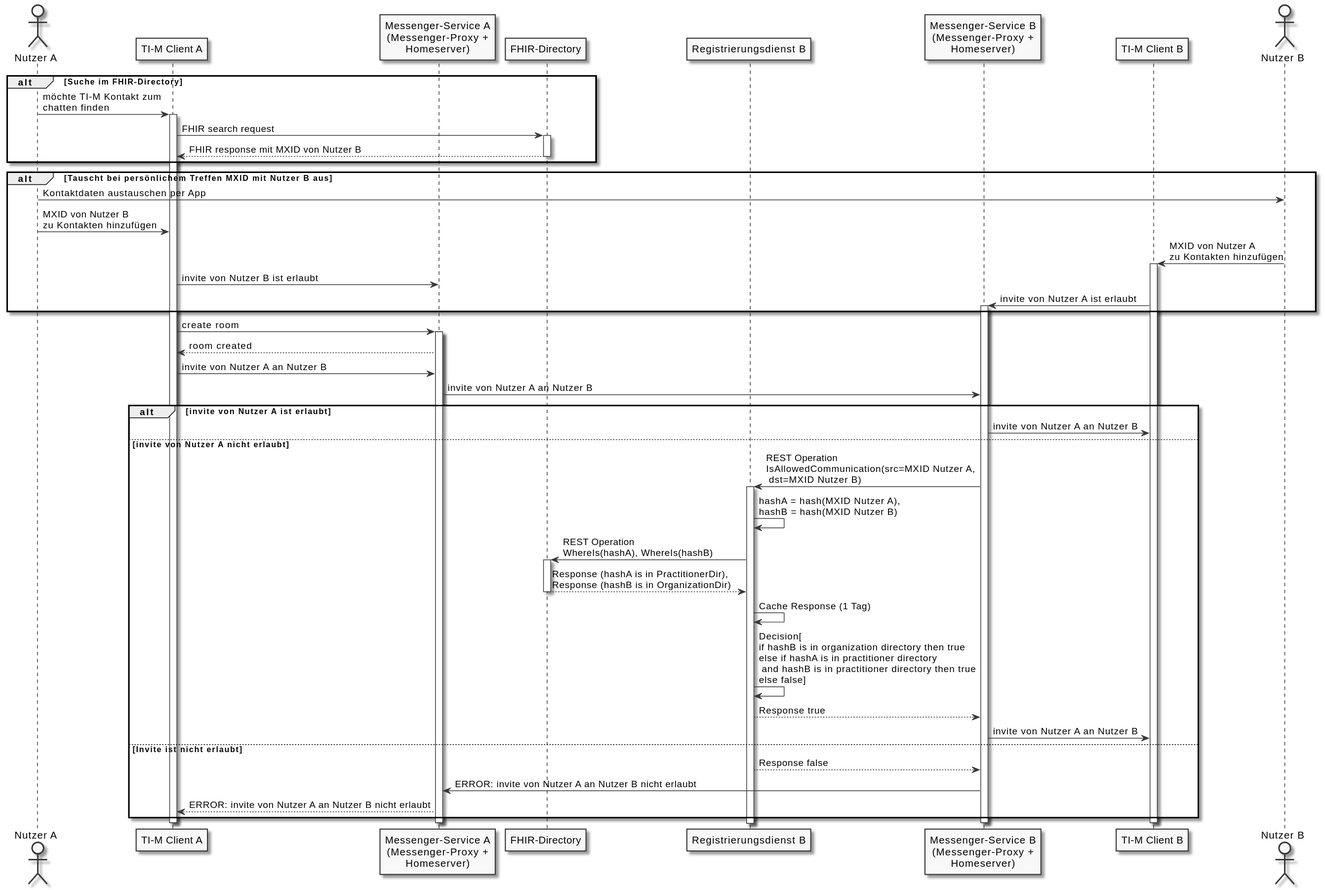
Above: images/diagrams/architecture/Communication_control_without_PASSporT.svg in gematik/api-ti-messenger (PlantUML), before the change.
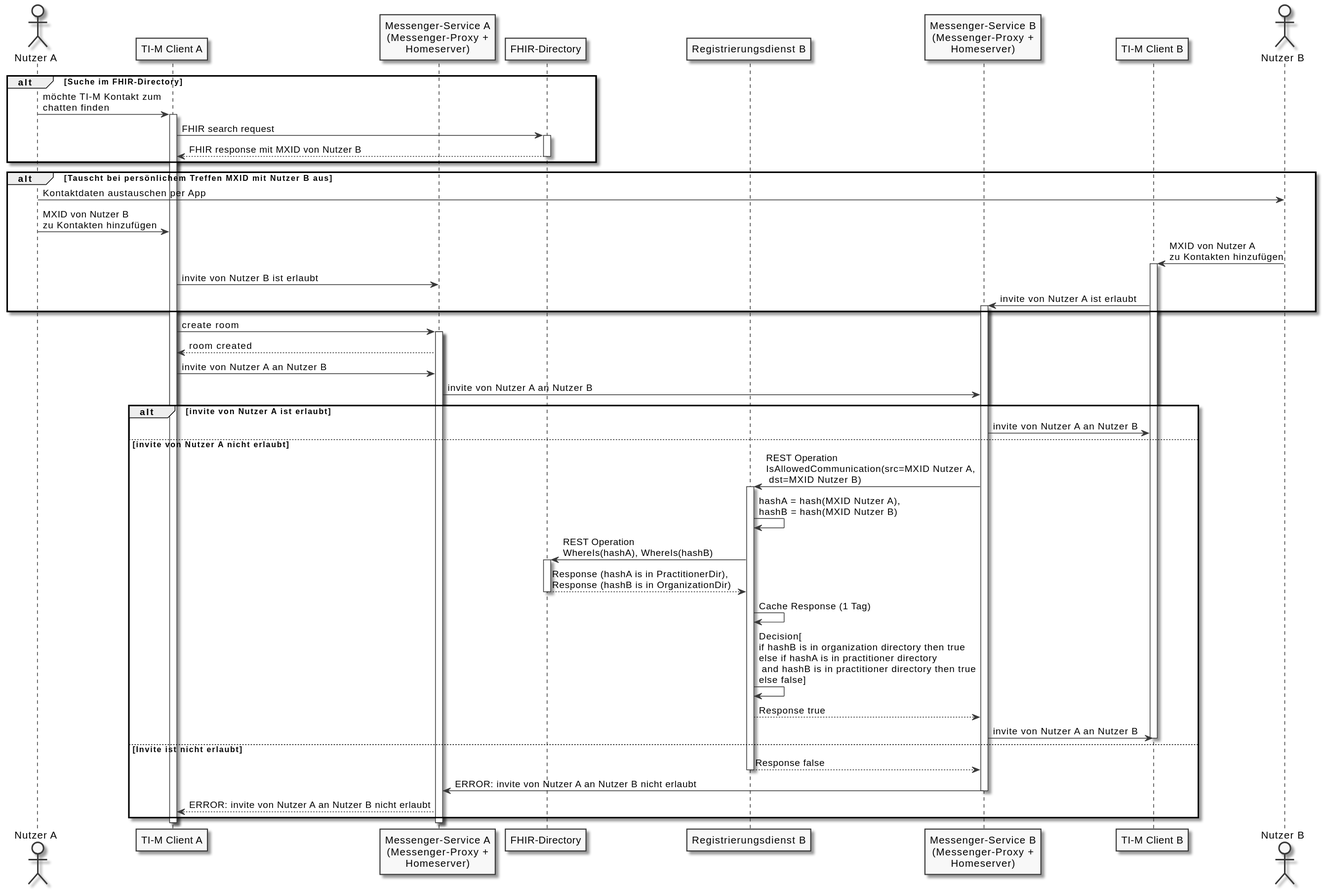
The same diagram one commit later.

Commit message:
Commit from GitHub Actions (GeneratePlantumlImages)

What changed in the source:
```diff
@@ -49,13 +49,14 @@
 rdb -> rdb: Decision[\nif hashB is in organization directory then true\nelse if hashA is in practitioner directory\n and hashB is in practitioner directory then true\nelse false]
 rdb --> mpb: Response true
 mpb -> clb: invite von Nutzer A an Nutzer B
+deactivate clb
 else Invite ist nicht erlaubt
 rdb --> mpb: Response false
+deactivate rdb
 mpb -> mp: ERROR: invite von Nutzer A an Nutzer B nicht erlaubt
+deactivate mpb
 mp --> cl: ERROR: invite von Nutzer A an Nutzer B nicht erlaubt
 end
-deactivate clb
-deactivate mpb
 deactivate mp
 deactivate cl
 @enduml
```
